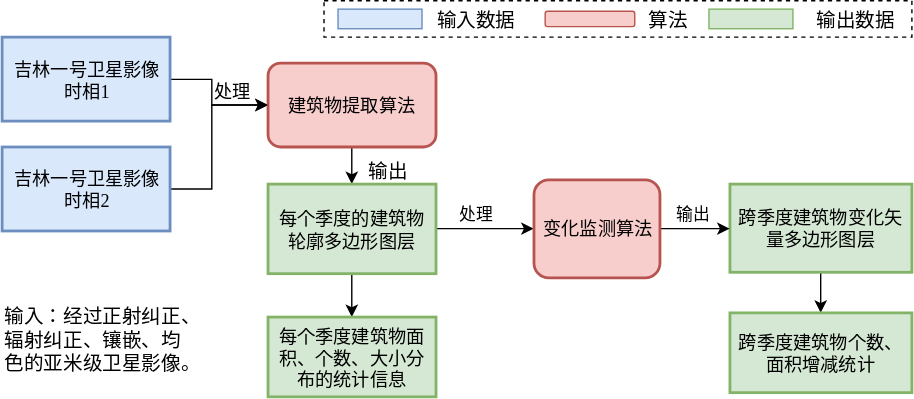
Before: 建筑物提取数据流图.svg, a diagram exported from draw.io (dorbodwolf/graphs_from_draw.io). Source tidied: cells renumbered, new cells last; positions are measured from the earlier drawing's top-left corner, leaving out a move shared by most shapes.
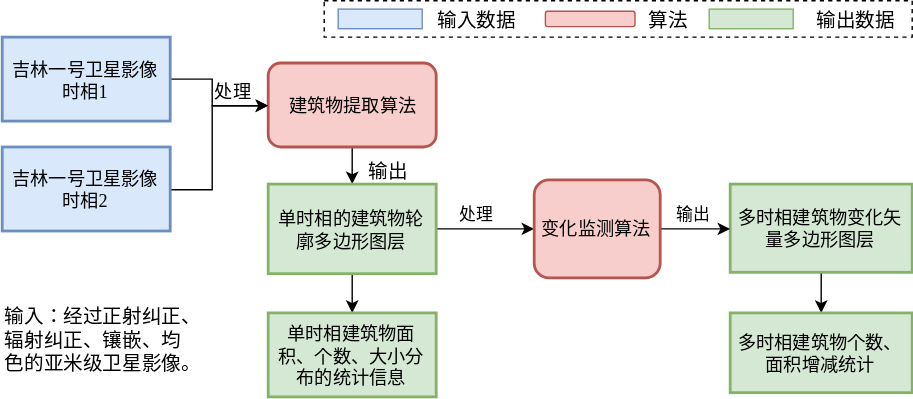
The same diagram one commit later.

Commit message:
Added 建筑物提取数据流图.svg

Change to the diagram source:
```diff
@@ -25,7 +25,7 @@
     <mxCell id="7" style="edgeStyle=orthogonalEdgeStyle;rounded=0;jettySize=auto;html=1;exitX=0.5;exitY=1;exitDx=0;exitDy=0;fontFamily=Helvetica;fontSize=14;" parent="1" edge="1" source="8" target="16">
       <mxGeometry relative="1" as="geometry" />
     </mxCell>
-    <mxCell id="8" value="跨季度建筑物变化矢量多边形图层&lt;br style=&quot;font-size: 13px&quot;&gt;" style="rounded=0;whiteSpace=wrap;html=1;strokeWidth=2;fontFamily=Tahoma;fontSize=13;fillColor=#d5e8d4;strokeColor=#82b366;" parent="1" vertex="1">
+    <mxCell id="8" value="多时相建筑物变化矢量多边形图层&lt;br style=&quot;font-size: 13px&quot;&gt;" style="rounded=0;whiteSpace=wrap;html=1;strokeWidth=2;fontFamily=Tahoma;fontSize=13;fillColor=#d5e8d4;strokeColor=#82b366;" parent="1" vertex="1">
       <mxGeometry x="520" y="131" width="130" height="63" as="geometry" />
     </mxCell>
     <mxCell id="9" value="处理" style="text;html=1;align=left;verticalAlign=top;spacingTop=-4;strokeWidth=2;fontFamily=Tahoma;fontSize=13;" parent="1" vertex="1">
@@ -48,13 +48,13 @@
     <mxCell id="13" style="edgeStyle=orthogonalEdgeStyle;rounded=0;jettySize=auto;html=1;exitX=0.5;exitY=1;exitDx=0;exitDy=0;fontFamily=Helvetica;fontSize=14;" parent="1" edge="1" source="14" target="15">
       <mxGeometry relative="1" as="geometry" />
     </mxCell>
-    <mxCell id="14" value="每个季度的建筑物轮廓多边形图层&lt;br style=&quot;font-size: 13px&quot;&gt;" style="rounded=0;whiteSpace=wrap;html=1;strokeWidth=2;fontFamily=Tahoma;fontSize=13;fillColor=#d5e8d4;strokeColor=#82b366;" parent="1" vertex="1">
+    <mxCell id="14" value="单时相的建筑物轮廓多边形图层&lt;br style=&quot;font-size: 13px&quot;&gt;" style="rounded=0;whiteSpace=wrap;html=1;strokeWidth=2;fontFamily=Tahoma;fontSize=13;fillColor=#d5e8d4;strokeColor=#82b366;" parent="1" vertex="1">
       <mxGeometry x="190" y="131" width="120" height="64" as="geometry" />
     </mxCell>
-    <mxCell id="15" value="每个季度建筑物面积、个数、大小分布的统计信息&lt;br style=&quot;font-size: 13px&quot;&gt;" style="rounded=0;whiteSpace=wrap;html=1;strokeWidth=2;fontFamily=Tahoma;fontSize=13;fillColor=#d5e8d4;strokeColor=#82b366;" parent="1" vertex="1">
-      <mxGeometry x="190" y="226" width="120" height="57" as="geometry" />
+    <mxCell id="15" value="单时相建筑物面积、个数、大小分布的统计信息&lt;br style=&quot;font-size: 13px&quot;&gt;" style="rounded=0;whiteSpace=wrap;html=1;strokeWidth=2;fontFamily=Tahoma;fontSize=13;fillColor=#d5e8d4;strokeColor=#82b366;" parent="1" vertex="1">
+      <mxGeometry x="190" y="223" width="120" height="60" as="geometry" />
     </mxCell>
-    <mxCell id="16" value="跨季度建筑物个数、面积增减统计&lt;br style=&quot;font-size: 13px&quot;&gt;" style="rounded=0;whiteSpace=wrap;html=1;strokeWidth=2;fontFamily=Tahoma;fontSize=13;fillColor=#d5e8d4;strokeColor=#82b366;" parent="1" vertex="1">
+    <mxCell id="16" value="多时相建筑物个数、面积增减统计&lt;br style=&quot;font-size: 13px&quot;&gt;" style="rounded=0;whiteSpace=wrap;html=1;strokeWidth=2;fontFamily=Tahoma;fontSize=13;fillColor=#d5e8d4;strokeColor=#82b366;" parent="1" vertex="1">
       <mxGeometry x="520" y="223" width="130" height="57" as="geometry" />
     </mxCell>
     <mxCell id="17" style="edgeStyle=orthogonalEdgeStyle;rounded=0;jettySize=auto;html=1;exitX=1;exitY=0.5;exitDx=0;exitDy=0;entryX=0;entryY=0.5;entryDx=0;entryDy=0;fontFamily=Helvetica;fontSize=14;" parent="1" edge="1" source="18" target="8">
```
